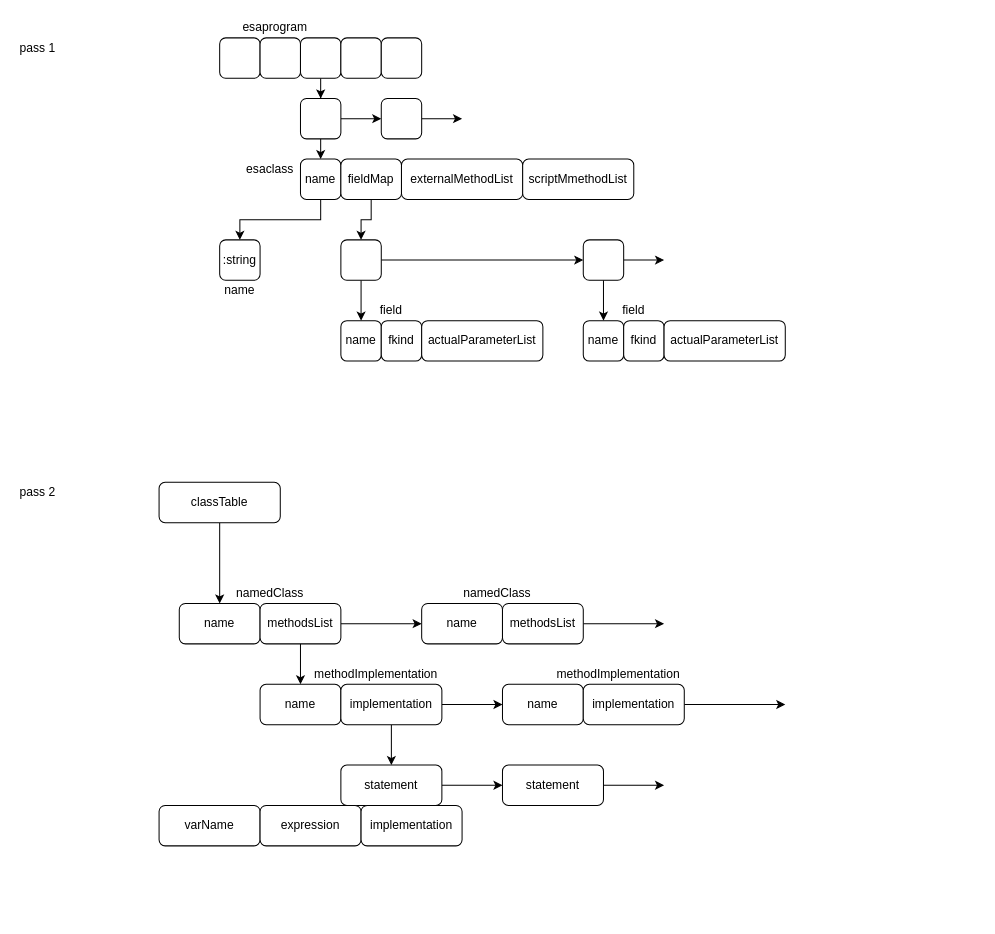
The draw.io diagram build_process/esa-transpiler/exprtypes.drawio in bmfbp/bmfbp, before the edit. Source tidied: cells renumbered, new cells numbered last; positions are measured from the earlier drawing's top-left corner, leaving out a move shared by most shapes. Both pictures are drawn from the tidied source at 101%, with x=0, y=0 at pixel (17, 17).
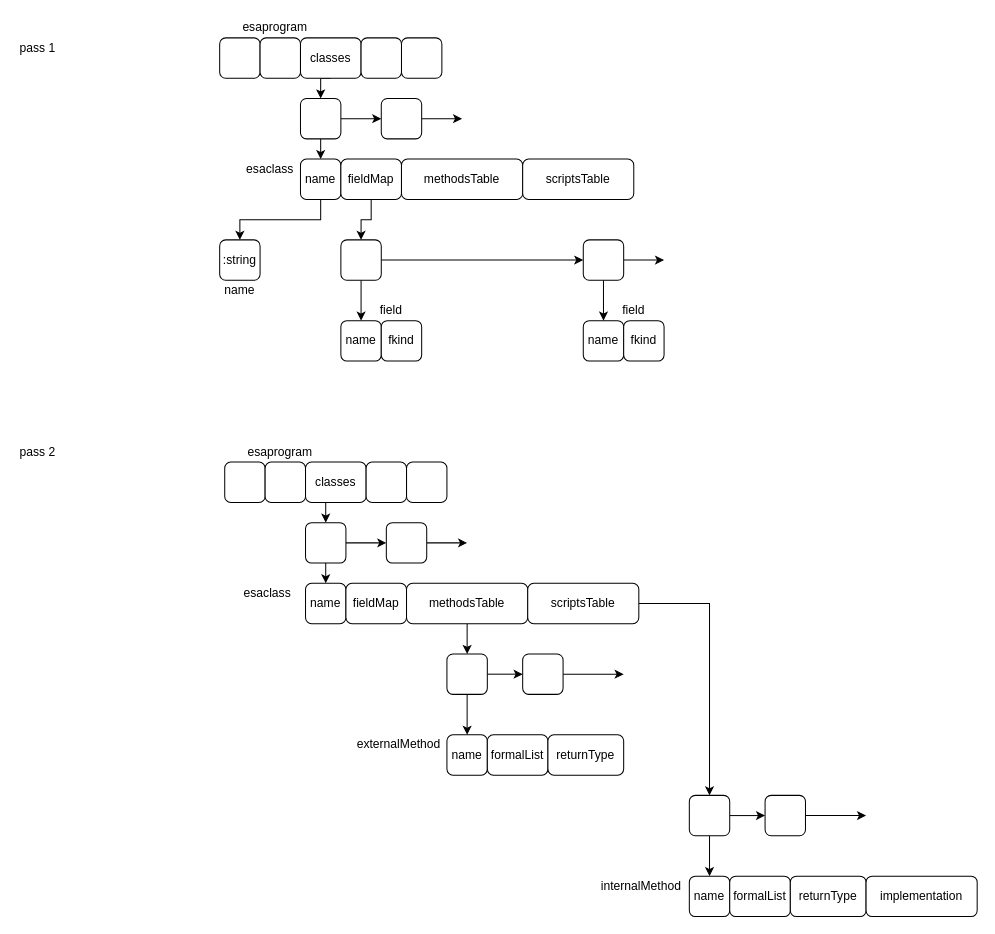
The same page after the edit.

Unchanged cells that the change refers to:
```xml
<mxCell id="34" style="rounded=1;whiteSpace=wrap;html=1;" parent="1" vertex="1">
  <mxGeometry x="280" y="80" width="40" height="40" as="geometry" />
</mxCell>
```

Change to the diagram source:
```diff
@@
-    <mxCell id="4" style="edgeStyle=orthogonalEdgeStyle;rounded=0;jettySize=auto;html=1;exitX=0.5;exitY=1;exitDx=0;exitDy=0;" parent="1" edge="1" source="5" target="34">
+    <mxCell id="4" style="edgeStyle=orthogonalEdgeStyle;rounded=0;jettySize=auto;html=1;exitX=0.5;exitY=1;exitDx=0;exitDy=0;entryX=0.5;entryY=0;entryDx=0;entryDy=0;" parent="1" edge="1" source="5" target="34">
       <mxGeometry relative="1" as="geometry" />
     </mxCell>
-    <mxCell id="5" style="rounded=1;whiteSpace=wrap;html=1;" parent="1" vertex="1">
-      <mxGeometry x="280" y="20" width="40" height="40" as="geometry" />
+    <mxCell id="5" value="classes" style="rounded=1;whiteSpace=wrap;html=1;" parent="1" vertex="1">
+      <mxGeometry x="280" y="20" width="60" height="40" as="geometry" />
     </mxCell>
     <mxCell id="6" style="rounded=1;whiteSpace=wrap;html=1;" parent="1" vertex="1">
-      <mxGeometry x="320" y="20" width="40" height="40" as="geometry" />
+      <mxGeometry x="380" y="20" width="40" height="40" as="geometry" />
     </mxCell>
     <mxCell id="7" style="rounded=1;whiteSpace=wrap;html=1;" parent="1" vertex="1">
-      <mxGeometry x="360" y="20" width="40" height="40" as="geometry" />
+      <mxGeometry x="340" y="20" width="40" height="40" as="geometry" />
     </mxCell>
@@
-    <mxCell id="21" value="actualParameterList" style="rounded=1;whiteSpace=wrap;html=1;" parent="1" vertex="1">
-      <mxGeometry x="400" y="300" width="120" height="40" as="geometry" />
-    </mxCell>
@@
-    <mxCell id="28" value="actualParameterList" style="rounded=1;whiteSpace=wrap;html=1;" parent="1" vertex="1">
-      <mxGeometry x="640" y="300" width="120" height="40" as="geometry" />
-    </mxCell>
@@
-    <mxCell id="30" value="externalMethodList" style="rounded=1;whiteSpace=wrap;html=1;" parent="1" vertex="1">
+    <mxCell id="30" value="methodsTable" style="rounded=1;whiteSpace=wrap;html=1;" parent="1" vertex="1">
       <mxGeometry x="380" y="140" width="120" height="40" as="geometry" />
     </mxCell>
-    <mxCell id="31" value="scriptMmethodList" style="rounded=1;whiteSpace=wrap;html=1;" parent="1" vertex="1">
+    <mxCell id="31" value="scriptsTable" style="rounded=1;whiteSpace=wrap;html=1;" parent="1" vertex="1">
       <mxGeometry x="500" y="140" width="110" height="40" as="geometry" />
     </mxCell>
@@
+    <mxCell id="66" style="rounded=1;whiteSpace=wrap;html=1;" parent="1" vertex="1">
+      <mxGeometry x="205" y="440" width="40" height="40" as="geometry" />
+    </mxCell>
+    <mxCell id="67" style="rounded=1;whiteSpace=wrap;html=1;" parent="1" vertex="1">
+      <mxGeometry x="245" y="440" width="40" height="40" as="geometry" />
+    </mxCell>
+    <mxCell id="68" style="edgeStyle=orthogonalEdgeStyle;rounded=0;jettySize=auto;html=1;exitX=0.5;exitY=1;exitDx=0;exitDy=0;entryX=0.5;entryY=0;entryDx=0;entryDy=0;" parent="1" edge="1" source="69" target="82">
+      <mxGeometry relative="1" as="geometry" />
+    </mxCell>
+    <mxCell id="69" value="classes" style="rounded=1;whiteSpace=wrap;html=1;" parent="1" vertex="1">
+      <mxGeometry x="285" y="440" width="60" height="40" as="geometry" />
+    </mxCell>
+    <mxCell id="70" style="rounded=1;whiteSpace=wrap;html=1;" parent="1" vertex="1">
+      <mxGeometry x="385" y="440" width="40" height="40" as="geometry" />
+    </mxCell>
+    <mxCell id="71" style="rounded=1;whiteSpace=wrap;html=1;" parent="1" vertex="1">
+      <mxGeometry x="345" y="440" width="40" height="40" as="geometry" />
+    </mxCell>
+    <mxCell id="72" value="esaprogram" style="text;html=1;strokeColor=none;fillColor=none;align=center;verticalAlign=middle;whiteSpace=wrap;rounded=0;" parent="1" vertex="1">
+      <mxGeometry x="205" y="420" width="110" height="20" as="geometry" />
+    </mxCell>
+    <mxCell id="73" value="name" style="rounded=1;whiteSpace=wrap;html=1;" parent="1" vertex="1">
+      <mxGeometry x="285" y="560" width="40" height="40" as="geometry" />
+    </mxCell>
+    <mxCell id="74" value="fieldMap" style="rounded=1;whiteSpace=wrap;html=1;" parent="1" vertex="1">
+      <mxGeometry x="325" y="560" width="60" height="40" as="geometry" />
+    </mxCell>
+    <mxCell id="75" value="esaclass" style="text;html=1;strokeColor=none;fillColor=none;align=center;verticalAlign=middle;whiteSpace=wrap;rounded=0;" parent="1" vertex="1">
+      <mxGeometry x="210" y="560" width="75" height="20" as="geometry" />
+    </mxCell>
+    <mxCell id="76" style="edgeStyle=orthogonalEdgeStyle;rounded=0;jettySize=auto;html=1;exitX=0.5;exitY=1;exitDx=0;exitDy=0;entryX=0.5;entryY=0;entryDx=0;entryDy=0;" parent="1" edge="1" source="77" target="91">
+      <mxGeometry relative="1" as="geometry" />
+    </mxCell>
+    <mxCell id="77" value="methodsTable" style="rounded=1;whiteSpace=wrap;html=1;" parent="1" vertex="1">
+      <mxGeometry x="385" y="560" width="120" height="40" as="geometry" />
+    </mxCell>
+    <mxCell id="78" style="edgeStyle=orthogonalEdgeStyle;rounded=0;jettySize=auto;html=1;exitX=1;exitY=0.5;exitDx=0;exitDy=0;" parent="1" edge="1" source="79" target="101">
+      <mxGeometry relative="1" as="geometry" />
+    </mxCell>
+    <mxCell id="79" value="scriptsTable" style="rounded=1;whiteSpace=wrap;html=1;" parent="1" vertex="1">
+      <mxGeometry x="505" y="560" width="110" height="40" as="geometry" />
+    </mxCell>
+    <mxCell id="80" style="edgeStyle=orthogonalEdgeStyle;rounded=0;jettySize=auto;html=1;exitX=0.5;exitY=1;exitDx=0;exitDy=0;entryX=0.5;entryY=0;entryDx=0;entryDy=0;" parent="1" edge="1" source="82" target="73">
+      <mxGeometry relative="1" as="geometry" />
+    </mxCell>
+    <mxCell id="81" style="edgeStyle=orthogonalEdgeStyle;rounded=0;jettySize=auto;html=1;exitX=1;exitY=0.5;exitDx=0;exitDy=0;entryX=0;entryY=0.5;entryDx=0;entryDy=0;" parent="1" edge="1" source="82" target="84">
+      <mxGeometry relative="1" as="geometry" />
+    </mxCell>
+    <mxCell id="82" style="rounded=1;whiteSpace=wrap;html=1;" parent="1" vertex="1">
+      <mxGeometry x="285" y="500" width="40" height="40" as="geometry" />
+    </mxCell>
+    <mxCell id="83" style="edgeStyle=orthogonalEdgeStyle;rounded=0;jettySize=auto;html=1;exitX=1;exitY=0.5;exitDx=0;exitDy=0;" parent="1" edge="1" source="84">
+      <mxGeometry relative="1" as="geometry">
+        <mxPoint x="445" y="520" as="targetPoint" />
+      </mxGeometry>
+    </mxCell>
+    <mxCell id="84" style="rounded=1;whiteSpace=wrap;html=1;" parent="1" vertex="1">
+      <mxGeometry x="365" y="500" width="40" height="40" as="geometry" />
+    </mxCell>
     <mxCell id="38" value="pass 2" style="text;html=1;strokeColor=none;fillColor=none;align=center;verticalAlign=middle;whiteSpace=wrap;rounded=0;" parent="1" vertex="1">
-      <mxGeometry y="460" width="40" height="20" as="geometry" />
+      <mxGeometry y="420" width="40" height="20" as="geometry" />
     </mxCell>
-    <mxCell id="39" style="edgeStyle=orthogonalEdgeStyle;rounded=0;jettySize=auto;html=1;exitX=0.5;exitY=1;exitDx=0;exitDy=0;" parent="1" edge="1" source="40" target="41">
-      <mxGeometry relative="1" as="geometry" />
-    </mxCell>
-    <mxCell id="40" value="classTable" style="rounded=1;whiteSpace=wrap;html=1;" parent="1" vertex="1">
-      <mxGeometry x="140" y="460" width="120" height="40" as="geometry" />
-    </mxCell>
-    <mxCell id="41" value="name" style="rounded=1;whiteSpace=wrap;html=1;" parent="1" vertex="1">
-      <mxGeometry x="160" y="580" width="80" height="40" as="geometry" />
-    </mxCell>
-    <mxCell id="42" style="edgeStyle=orthogonalEdgeStyle;rounded=0;jettySize=auto;html=1;exitX=1;exitY=0.5;exitDx=0;exitDy=0;" parent="1" edge="1" source="44" target="45">
-      <mxGeometry relative="1" as="geometry" />
-    </mxCell>
-    <mxCell id="43" style="edgeStyle=orthogonalEdgeStyle;rounded=0;jettySize=auto;html=1;exitX=0.5;exitY=1;exitDx=0;exitDy=0;" parent="1" edge="1" source="44" target="50">
-      <mxGeometry relative="1" as="geometry" />
-    </mxCell>
-    <mxCell id="44" value="methodsList" style="rounded=1;whiteSpace=wrap;html=1;" parent="1" vertex="1">
-      <mxGeometry x="240" y="580" width="80" height="40" as="geometry" />
-    </mxCell>
-    <mxCell id="45" value="name" style="rounded=1;whiteSpace=wrap;html=1;" parent="1" vertex="1">
-      <mxGeometry x="400" y="580" width="80" height="40" as="geometry" />
-    </mxCell>
-    <mxCell id="46" style="edgeStyle=orthogonalEdgeStyle;rounded=0;jettySize=auto;html=1;exitX=1;exitY=0.5;exitDx=0;exitDy=0;" parent="1" edge="1" source="47">
-      <mxGeometry relative="1" as="geometry">
-        <mxPoint x="640" y="600" as="targetPoint" />
-      </mxGeometry>
-    </mxCell>
-    <mxCell id="47" value="methodsList" style="rounded=1;whiteSpace=wrap;html=1;" parent="1" vertex="1">
-      <mxGeometry x="480" y="580" width="80" height="40" as="geometry" />
-    </mxCell>
-    <mxCell id="48" value="namedClass" style="text;html=1;strokeColor=none;fillColor=none;align=center;verticalAlign=middle;whiteSpace=wrap;rounded=0;" parent="1" vertex="1">
-      <mxGeometry x="205" y="560" width="90" height="20" as="geometry" />
-    </mxCell>
-    <mxCell id="49" value="namedClass" style="text;html=1;strokeColor=none;fillColor=none;align=center;verticalAlign=middle;whiteSpace=wrap;rounded=0;" parent="1" vertex="1">
-      <mxGeometry x="430" y="560" width="90" height="20" as="geometry" />
-    </mxCell>
-    <mxCell id="50" value="name" style="rounded=1;whiteSpace=wrap;html=1;" parent="1" vertex="1">
-      <mxGeometry x="240" y="660" width="80" height="40" as="geometry" />
-    </mxCell>
-    <mxCell id="51" style="edgeStyle=orthogonalEdgeStyle;rounded=0;jettySize=auto;html=1;exitX=1;exitY=0.5;exitDx=0;exitDy=0;entryX=0;entryY=0.5;entryDx=0;entryDy=0;" parent="1" edge="1" source="53" target="54">
-      <mxGeometry relative="1" as="geometry" />
-    </mxCell>
-    <mxCell id="52" style="edgeStyle=orthogonalEdgeStyle;rounded=0;jettySize=auto;html=1;exitX=0.5;exitY=1;exitDx=0;exitDy=0;entryX=0.5;entryY=0;entryDx=0;entryDy=0;" parent="1" edge="1" source="53" target="60">
-      <mxGeometry relative="1" as="geometry" />
-    </mxCell>
-    <mxCell id="53" value="implementation" style="rounded=1;whiteSpace=wrap;html=1;" parent="1" vertex="1">
-      <mxGeometry x="320" y="660" width="100" height="40" as="geometry" />
-    </mxCell>
-    <mxCell id="54" value="name" style="rounded=1;whiteSpace=wrap;html=1;" parent="1" vertex="1">
-      <mxGeometry x="480" y="660" width="80" height="40" as="geometry" />
-    </mxCell>
-    <mxCell id="55" style="edgeStyle=orthogonalEdgeStyle;rounded=0;jettySize=auto;html=1;exitX=1;exitY=0.5;exitDx=0;exitDy=0;" parent="1" edge="1" source="56">
-      <mxGeometry relative="1" as="geometry">
-        <mxPoint x="760" y="680" as="targetPoint" />
-      </mxGeometry>
-    </mxCell>
-    <mxCell id="56" value="implementation" style="rounded=1;whiteSpace=wrap;html=1;" parent="1" vertex="1">
-      <mxGeometry x="560" y="660" width="100" height="40" as="geometry" />
-    </mxCell>
-    <mxCell id="57" value="methodImplementation" style="text;html=1;strokeColor=none;fillColor=none;align=center;verticalAlign=middle;whiteSpace=wrap;rounded=0;" parent="1" vertex="1">
-      <mxGeometry x="290" y="640" width="130" height="20" as="geometry" />
-    </mxCell>
-    <mxCell id="58" value="methodImplementation" style="text;html=1;strokeColor=none;fillColor=none;align=center;verticalAlign=middle;whiteSpace=wrap;rounded=0;" parent="1" vertex="1">
-      <mxGeometry x="530" y="640" width="130" height="20" as="geometry" />
-    </mxCell>
-    <mxCell id="59" style="edgeStyle=orthogonalEdgeStyle;rounded=0;jettySize=auto;html=1;exitX=1;exitY=0.5;exitDx=0;exitDy=0;entryX=0;entryY=0.5;entryDx=0;entryDy=0;" parent="1" edge="1" source="60" target="62">
-      <mxGeometry relative="1" as="geometry" />
-    </mxCell>
-    <mxCell id="60" value="statement" style="rounded=1;whiteSpace=wrap;html=1;" parent="1" vertex="1">
-      <mxGeometry x="320" y="740" width="100" height="40" as="geometry" />
-    </mxCell>
-    <mxCell id="61" style="edgeStyle=orthogonalEdgeStyle;rounded=0;jettySize=auto;html=1;exitX=1;exitY=0.5;exitDx=0;exitDy=0;" parent="1" edge="1" source="62">
-      <mxGeometry relative="1" as="geometry">
-        <mxPoint x="640" y="760" as="targetPoint" />
-      </mxGeometry>
-    </mxCell>
-    <mxCell id="62" value="statement" style="rounded=1;whiteSpace=wrap;html=1;" parent="1" vertex="1">
-      <mxGeometry x="480" y="740" width="100" height="40" as="geometry" />
-    </mxCell>
-    <mxCell id="63" value="varName" style="rounded=1;whiteSpace=wrap;html=1;" parent="1" vertex="1">
-      <mxGeometry x="140" y="780" width="100" height="40" as="geometry" />
-    </mxCell>
-    <mxCell id="64" value="expression" style="rounded=1;whiteSpace=wrap;html=1;" parent="1" vertex="1">
-      <mxGeometry x="240" y="780" width="100" height="40" as="geometry" />
-    </mxCell>
-    <mxCell id="65" value="implementation" style="rounded=1;whiteSpace=wrap;html=1;" parent="1" vertex="1">
-      <mxGeometry x="340" y="780" width="100" height="40" as="geometry" />
-    </mxCell>
+    <mxCell id="85" value="name" style="rounded=1;whiteSpace=wrap;html=1;" parent="1" vertex="1">
+      <mxGeometry x="425" y="710" width="40" height="40" as="geometry" />
+    </mxCell>
+    <mxCell id="86" value="formalList" style="rounded=1;whiteSpace=wrap;html=1;" parent="1" vertex="1">
+      <mxGeometry x="465" y="710" width="60" height="40" as="geometry" />
+    </mxCell>
+    <mxCell id="87" value="externalMethod" style="text;html=1;strokeColor=none;fillColor=none;align=center;verticalAlign=middle;whiteSpace=wrap;rounded=0;" parent="1" vertex="1">
+      <mxGeometry x="330" y="710" width="95" height="20" as="geometry" />
+    </mxCell>
+    <mxCell id="88" value="returnType" style="rounded=1;whiteSpace=wrap;html=1;" parent="1" vertex="1">
+      <mxGeometry x="525" y="710" width="75" height="40" as="geometry" />
+    </mxCell>
+    <mxCell id="89" style="edgeStyle=orthogonalEdgeStyle;rounded=0;jettySize=auto;html=1;exitX=1;exitY=0.5;exitDx=0;exitDy=0;entryX=0;entryY=0.5;entryDx=0;entryDy=0;" parent="1" edge="1" source="91" target="93">
+      <mxGeometry relative="1" as="geometry" />
+    </mxCell>
+    <mxCell id="90" style="edgeStyle=orthogonalEdgeStyle;rounded=0;jettySize=auto;html=1;exitX=0.5;exitY=1;exitDx=0;exitDy=0;entryX=0.5;entryY=0;entryDx=0;entryDy=0;" parent="1" edge="1" source="91" target="85">
+      <mxGeometry relative="1" as="geometry" />
+    </mxCell>
+    <mxCell id="91" style="rounded=1;whiteSpace=wrap;html=1;" parent="1" vertex="1">
+      <mxGeometry x="425" y="630" width="40" height="40" as="geometry" />
+    </mxCell>
+    <mxCell id="92" style="edgeStyle=orthogonalEdgeStyle;rounded=0;jettySize=auto;html=1;exitX=1;exitY=0.5;exitDx=0;exitDy=0;" parent="1" edge="1" source="93">
+      <mxGeometry relative="1" as="geometry">
+        <mxPoint x="600" y="650" as="targetPoint" />
+      </mxGeometry>
+    </mxCell>
+    <mxCell id="93" style="rounded=1;whiteSpace=wrap;html=1;" parent="1" vertex="1">
+      <mxGeometry x="500" y="630" width="40" height="40" as="geometry" />
+    </mxCell>
+    <mxCell id="94" value="name" style="rounded=1;whiteSpace=wrap;html=1;" parent="1" vertex="1">
+      <mxGeometry x="665" y="850" width="40" height="40" as="geometry" />
+    </mxCell>
+    <mxCell id="95" value="formalList" style="rounded=1;whiteSpace=wrap;html=1;" parent="1" vertex="1">
+      <mxGeometry x="705" y="850" width="60" height="40" as="geometry" />
+    </mxCell>
+    <mxCell id="96" value="internalMethod" style="text;html=1;strokeColor=none;fillColor=none;align=center;verticalAlign=middle;whiteSpace=wrap;rounded=0;" parent="1" vertex="1">
+      <mxGeometry x="570" y="850" width="95" height="20" as="geometry" />
+    </mxCell>
+    <mxCell id="97" value="returnType" style="rounded=1;whiteSpace=wrap;html=1;" parent="1" vertex="1">
+      <mxGeometry x="765" y="850" width="75" height="40" as="geometry" />
+    </mxCell>
+    <mxCell id="98" value="implementation" style="rounded=1;whiteSpace=wrap;html=1;" parent="1" vertex="1">
+      <mxGeometry x="840" y="850" width="110" height="40" as="geometry" />
+    </mxCell>
+    <mxCell id="99" style="edgeStyle=orthogonalEdgeStyle;rounded=0;jettySize=auto;html=1;exitX=1;exitY=0.5;exitDx=0;exitDy=0;entryX=0;entryY=0.5;entryDx=0;entryDy=0;" parent="1" edge="1" source="101" target="103">
+      <mxGeometry relative="1" as="geometry" />
+    </mxCell>
+    <mxCell id="100" style="edgeStyle=orthogonalEdgeStyle;rounded=0;jettySize=auto;html=1;exitX=0.5;exitY=1;exitDx=0;exitDy=0;entryX=0.5;entryY=0;entryDx=0;entryDy=0;" parent="1" edge="1" source="101" target="94">
+      <mxGeometry relative="1" as="geometry" />
+    </mxCell>
+    <mxCell id="101" style="rounded=1;whiteSpace=wrap;html=1;" parent="1" vertex="1">
+      <mxGeometry x="665" y="770" width="40" height="40" as="geometry" />
+    </mxCell>
+    <mxCell id="102" style="edgeStyle=orthogonalEdgeStyle;rounded=0;jettySize=auto;html=1;exitX=1;exitY=0.5;exitDx=0;exitDy=0;" parent="1" edge="1" source="103">
+      <mxGeometry relative="1" as="geometry">
+        <mxPoint x="840" y="790" as="targetPoint" />
+      </mxGeometry>
+    </mxCell>
+    <mxCell id="103" style="rounded=1;whiteSpace=wrap;html=1;" parent="1" vertex="1">
+      <mxGeometry x="740" y="770" width="40" height="40" as="geometry" />
+    </mxCell>
```
